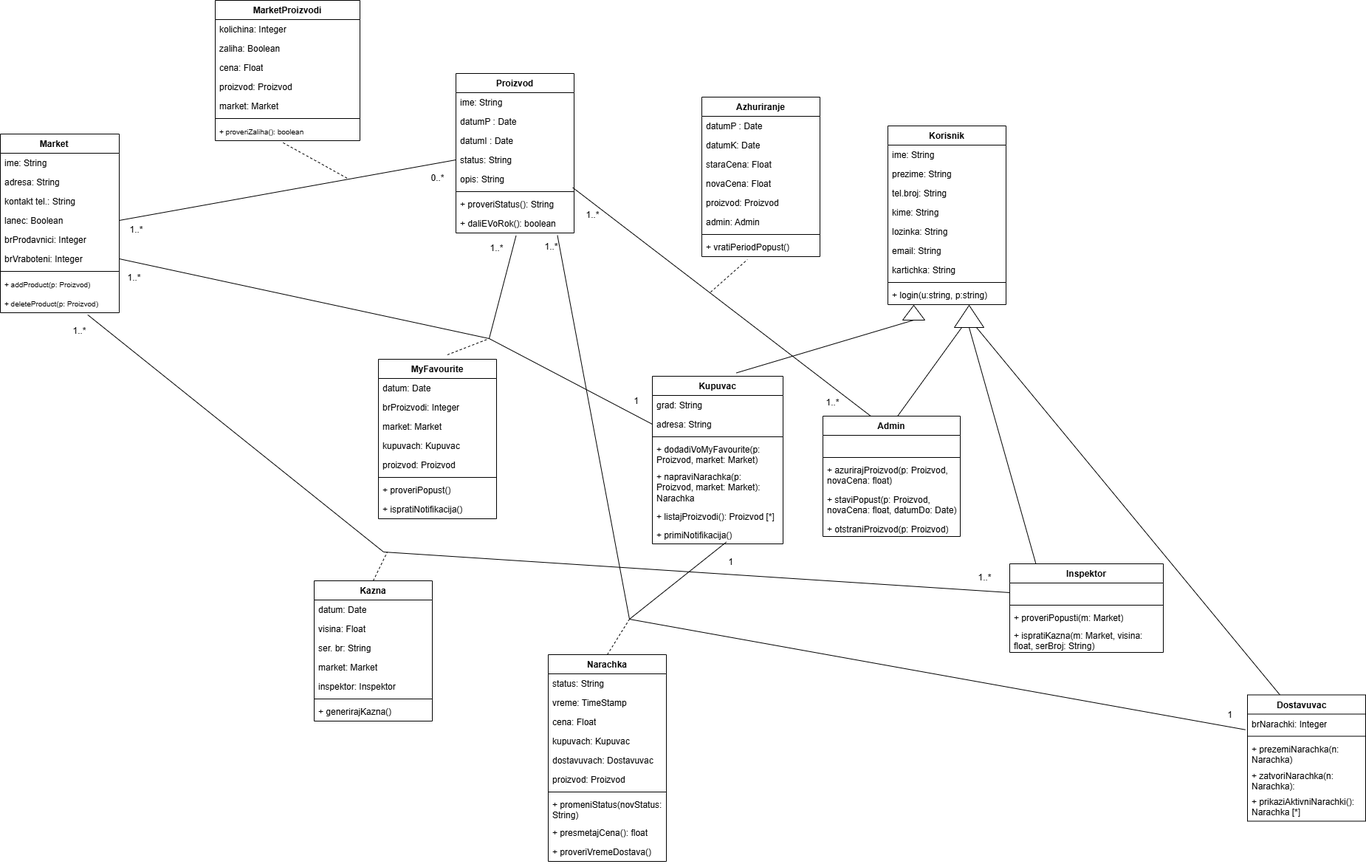
This is Seminarska/classDiagram.drawio.png from BorjanCFC/ADIS, a draw.io export, as it was before one commit. Source tidied: cells renumbered, new cells last; positions are measured from the earlier drawing's top-left corner, leaving out a move shared by most shapes.
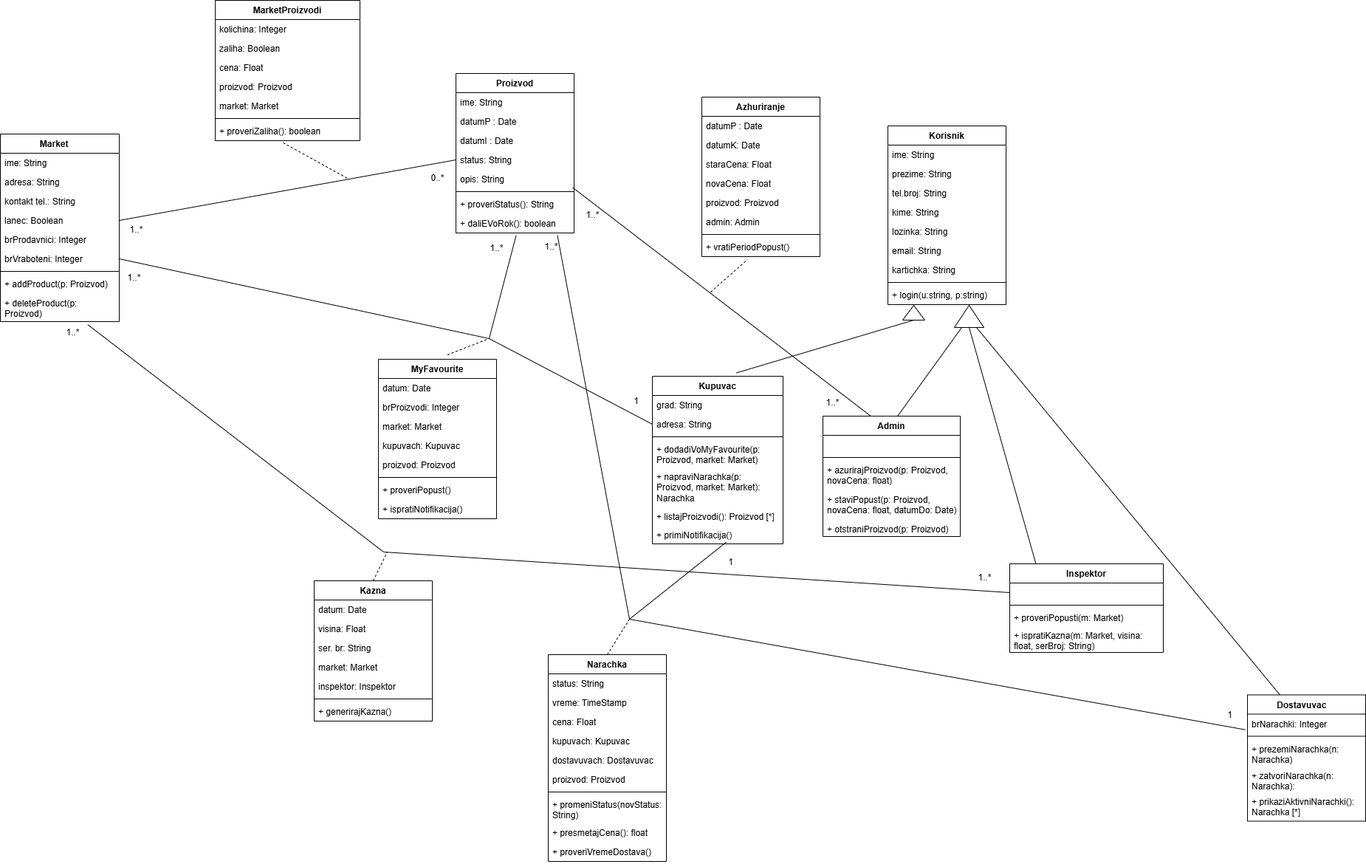
The same diagram one commit later.

Change to the diagram source:
```diff
@@ -3,7 +3,7 @@
     <mxCell id="0" />
     <mxCell id="1" parent="0" />
     <mxCell id="2" value="Market&lt;span style=&quot;white-space: pre;&quot;&gt;&#9;&lt;/span&gt;" style="swimlane;fontStyle=1;align=center;verticalAlign=top;horizontal=1;startSize=26;whiteSpace=wrap;html=1;" parent="1" vertex="1">
-      <mxGeometry y="181" width="161" height="242" as="geometry" />
+      <mxGeometry y="181" width="161" height="254" as="geometry" />
     </mxCell>
     <mxCell id="3" value="ime: String" style="text;strokeColor=none;fillColor=none;align=left;verticalAlign=top;spacingLeft=4;spacingRight=4;overflow=hidden;whiteSpace=wrap;html=1;" parent="2" vertex="1">
       <mxGeometry y="26" width="161" height="26" as="geometry" />
@@ -26,11 +26,11 @@
     <mxCell id="9" style="line;strokeWidth=1;fillColor=none;align=left;verticalAlign=middle;spacingTop=-1;spacingLeft=3;spacingRight=3;labelPosition=right;strokeColor=inherit;" parent="2" vertex="1">
       <mxGeometry y="182" width="161" height="8" as="geometry" />
     </mxCell>
-    <mxCell id="10" value="&lt;font style=&quot;font-size: 10px;&quot;&gt;+ addProduct(p: Proizvod)&lt;/font&gt;" style="text;strokeColor=none;fillColor=none;align=left;verticalAlign=top;spacingLeft=4;spacingRight=4;overflow=hidden;whiteSpace=wrap;html=1;" parent="2" vertex="1">
+    <mxCell id="10" value="&lt;font&gt;+ addProduct(p: Proizvod)&lt;/font&gt;" style="text;strokeColor=none;fillColor=none;align=left;verticalAlign=top;spacingLeft=4;spacingRight=4;overflow=hidden;whiteSpace=wrap;html=1;" parent="2" vertex="1">
       <mxGeometry y="190" width="161" height="26" as="geometry" />
     </mxCell>
-    <mxCell id="11" value="&lt;font style=&quot;font-size: 10px;&quot;&gt;+ deleteProduct(p: Proizvod)&lt;/font&gt;" style="text;strokeColor=none;fillColor=none;align=left;verticalAlign=top;spacingLeft=4;spacingRight=4;overflow=hidden;points=[[0,0.5],[1,0.5]];portConstraint=eastwest;whiteSpace=wrap;html=1;" parent="2" vertex="1">
-      <mxGeometry y="216" width="161" height="26" as="geometry" />
+    <mxCell id="11" value="&lt;font&gt;+ deleteProduct(p: Proizvod)&lt;/font&gt;" style="text;strokeColor=none;fillColor=none;align=left;verticalAlign=top;spacingLeft=4;spacingRight=4;overflow=hidden;points=[[0,0.5],[1,0.5]];portConstraint=eastwest;whiteSpace=wrap;html=1;" parent="2" vertex="1">
+      <mxGeometry y="216" width="161" height="38" as="geometry" />
     </mxCell>
     <mxCell id="12" value="Proizvod" style="swimlane;fontStyle=1;align=center;verticalAlign=top;horizontal=1;startSize=26;whiteSpace=wrap;html=1;" parent="1" vertex="1">
       <mxGeometry x="617" y="99" width="160" height="216" as="geometry" />
@@ -88,7 +88,7 @@
     <mxCell id="29" style="line;strokeWidth=1;fillColor=none;align=left;verticalAlign=middle;spacingTop=-1;spacingLeft=3;spacingRight=3;labelPosition=right;strokeColor=inherit;" parent="23" vertex="1">
       <mxGeometry y="156" width="196" height="8" as="geometry" />
     </mxCell>
-    <mxCell id="30" value="&lt;font style=&quot;&quot;&gt;&lt;span style=&quot;font-size: 10px;&quot;&gt;+ proveriZaliha(): boolean&lt;/span&gt;&lt;/font&gt;" style="text;strokeColor=none;fillColor=none;align=left;verticalAlign=top;spacingLeft=4;spacingRight=4;overflow=hidden;points=[[0,0.5],[1,0.5]];portConstraint=eastwest;whiteSpace=wrap;html=1;" parent="23" vertex="1">
+    <mxCell id="30" value="&lt;font&gt;+ proveriZaliha(): boolean&lt;/font&gt;" style="text;strokeColor=none;fillColor=none;align=left;verticalAlign=top;spacingLeft=4;spacingRight=4;overflow=hidden;points=[[0,0.5],[1,0.5]];portConstraint=eastwest;whiteSpace=wrap;html=1;" parent="23" vertex="1">
       <mxGeometry y="164" width="196" height="26" as="geometry" />
     </mxCell>
     <mxCell id="31" value="0..*" style="text;html=1;align=center;verticalAlign=middle;strokeColor=none;fillColor=none;" parent="1" vertex="1">
@@ -221,7 +221,7 @@
       <mxGeometry x="1313" y="767" width="40" height="30" as="geometry" />
     </mxCell>
     <mxCell id="72" value="1..*" style="text;html=1;align=center;verticalAlign=middle;strokeColor=none;fillColor=none;" parent="1" vertex="1">
-      <mxGeometry x="87" y="433" width="40" height="30" as="geometry" />
+      <mxGeometry x="78" y="435" width="40" height="30" as="geometry" />
     </mxCell>
     <mxCell id="73" value="Kazna" style="swimlane;fontStyle=1;align=center;verticalAlign=top;horizontal=1;startSize=26;whiteSpace=wrap;html=1;" parent="1" vertex="1">
       <mxGeometry x="425" y="786" width="160" height="190" as="geometry" />
```
